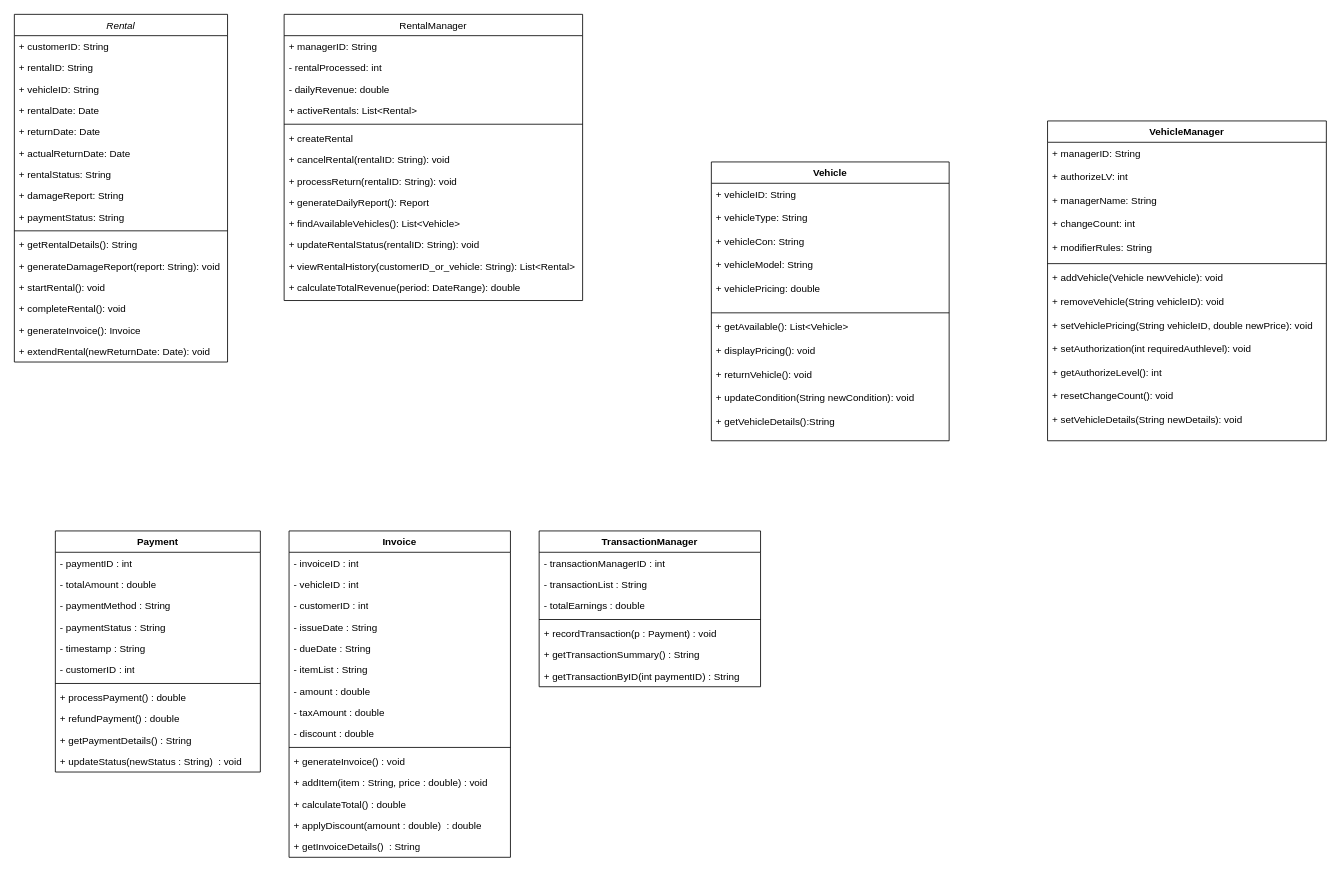
The draw.io diagram HillClimmer.drawio in Dellrall/BMCS2023-OOP-group-assignment, before the edit. Source tidied: cells renumbered, new cells numbered last; positions are measured from the earlier drawing's top-left corner, leaving out a move shared by most shapes. Both pictures are drawn from the tidied source at 82%, with x=0, y=0 at pixel (14, 14).
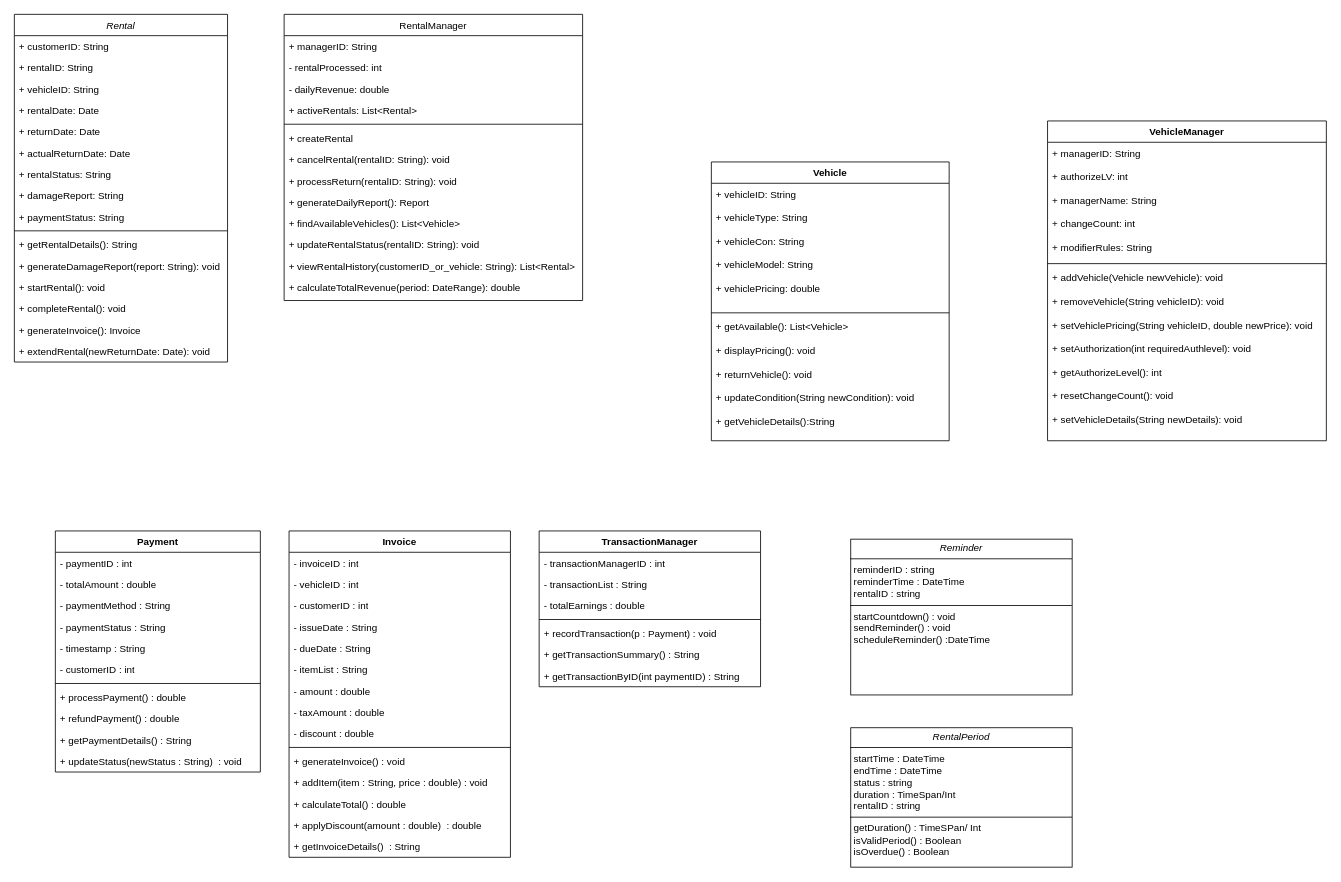
After the change.

Commit message:
Update HillClimmer with reminder module.drawio

What changed in the source:
```diff
@@
+    <mxCell id="77" value="&lt;p style=&quot;margin:0px;margin-top:4px;text-align:center;&quot;&gt;&lt;i&gt;Reminder&lt;/i&gt;&lt;/p&gt;&lt;hr size=&quot;1&quot; style=&quot;border-style:solid;&quot;&gt;&lt;p style=&quot;margin:0px;margin-left:4px;&quot;&gt;reminderID : string&lt;/p&gt;&lt;p style=&quot;margin:0px;margin-left:4px;&quot;&gt;reminderTime : DateTime&lt;/p&gt;&lt;p style=&quot;margin:0px;margin-left:4px;&quot;&gt;rentalID : string&lt;/p&gt;&lt;hr size=&quot;1&quot; style=&quot;border-style:solid;&quot;&gt;&lt;p style=&quot;margin:0px;margin-left:4px;&quot;&gt;startCountdown() : void&lt;/p&gt;&lt;p style=&quot;margin:0px;margin-left:4px;&quot;&gt;sendReminder() : void&lt;/p&gt;&lt;p style=&quot;margin:0px;margin-left:4px;&quot;&gt;scheduleReminder() :DateTime&lt;/p&gt;" style="verticalAlign=top;align=left;overflow=fill;html=1;whiteSpace=wrap;" parent="1" vertex="1">
+      <mxGeometry x="1020" y="640" width="270" height="190" as="geometry" />
+    </mxCell>
+    <mxCell id="78" value="&lt;p style=&quot;margin:0px;margin-top:4px;text-align:center;&quot;&gt;&lt;i&gt;RentalPeriod&lt;/i&gt;&lt;/p&gt;&lt;hr size=&quot;1&quot; style=&quot;border-style:solid;&quot;&gt;&lt;p style=&quot;margin:0px;margin-left:4px;&quot;&gt;startTime : DateTime&lt;/p&gt;&lt;p style=&quot;margin:0px;margin-left:4px;&quot;&gt;endTime : DateTime&lt;/p&gt;&lt;p style=&quot;margin:0px;margin-left:4px;&quot;&gt;status : string&lt;/p&gt;&lt;p style=&quot;margin:0px;margin-left:4px;&quot;&gt;duration : TimeSpan/Int&lt;/p&gt;&lt;p style=&quot;margin:0px;margin-left:4px;&quot;&gt;rentalID : string&lt;/p&gt;&lt;hr size=&quot;1&quot; style=&quot;border-style:solid;&quot;&gt;&lt;p style=&quot;margin:0px;margin-left:4px;&quot;&gt;getDuration() : TimeSPan/ Int&lt;/p&gt;&lt;p style=&quot;margin:0px;margin-left:4px;&quot;&gt;isValidPeriod() : Boolean&lt;/p&gt;&lt;p style=&quot;margin:0px;margin-left:4px;&quot;&gt;isOverdue() : Boolean&lt;/p&gt;" style="verticalAlign=top;align=left;overflow=fill;html=1;whiteSpace=wrap;" parent="1" vertex="1">
+      <mxGeometry x="1020" y="870" width="270" height="170" as="geometry" />
+    </mxCell>
```
